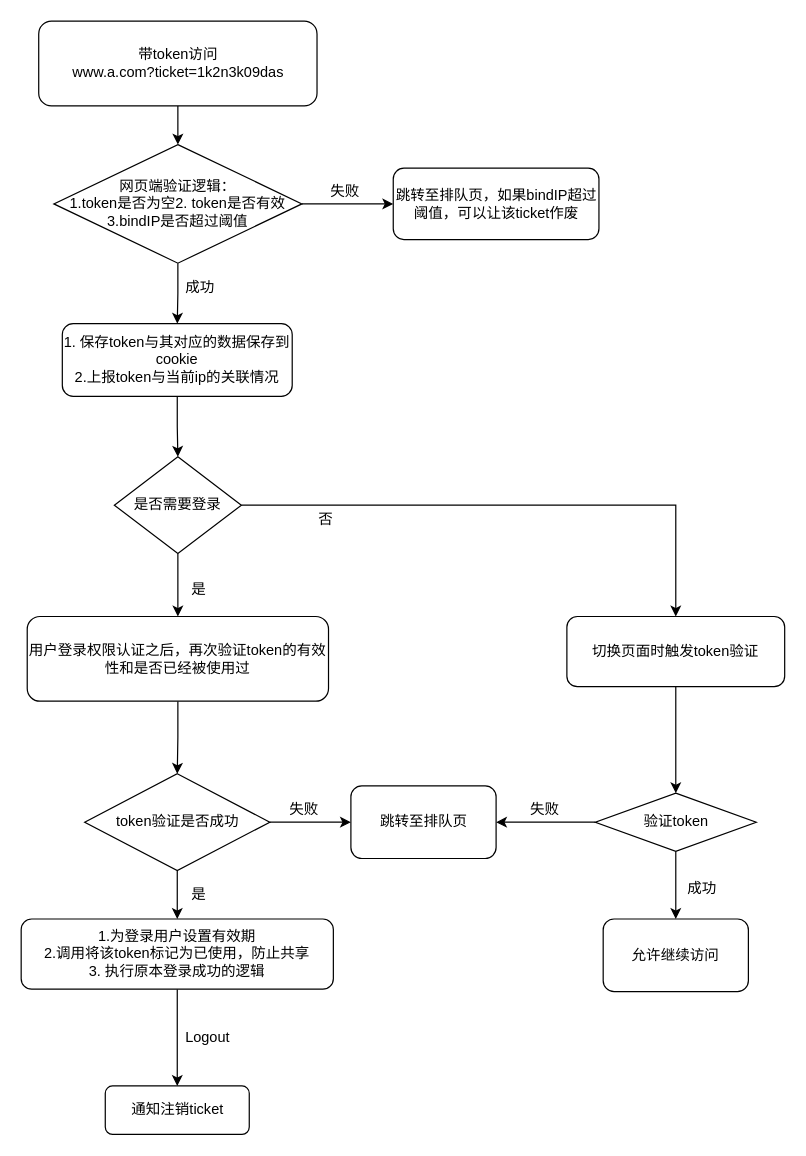
Before: design/ticket_auth_flow.drawio in openqueue-io/openqueue, a draw.io diagram. Source tidied: cells renumbered, new cells numbered last; positions are measured from the earlier drawing's top-left corner, leaving out a move shared by most shapes. Both pictures are drawn from the tidied source at 121%, with x=0, y=0 at pixel (21, 21).
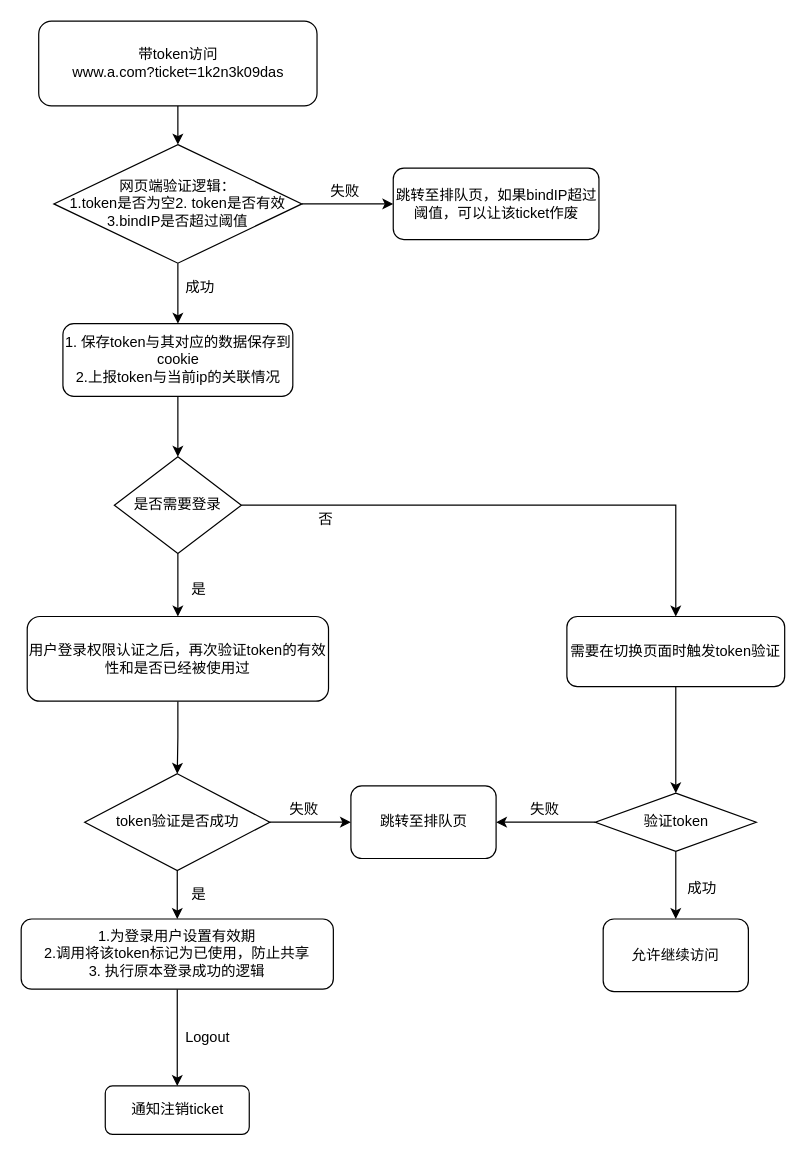
Above is the later version.

Change to the diagram source:
```diff
@@
     <mxCell id="5" value="1. 保存token与其对应的数据保存到cookie&lt;br&gt;2.上报token与当前ip的关联情况" style="rounded=1;whiteSpace=wrap;html=1;" parent="1" vertex="1">
-      <mxGeometry x="34" y="250" width="190" height="60" as="geometry" />
+      <mxGeometry x="34.5" y="250" width="190" height="60" as="geometry" />
     </mxCell>
@@
-    <mxCell id="12" value="切换页面时触发token验证" style="rounded=1;whiteSpace=wrap;html=1;" parent="1" vertex="1">
+    <mxCell id="12" value="需要在切换页面时触发token验证" style="rounded=1;whiteSpace=wrap;html=1;" parent="1" vertex="1">
       <mxGeometry x="451" y="492" width="180" height="58" as="geometry" />
     </mxCell>
```
